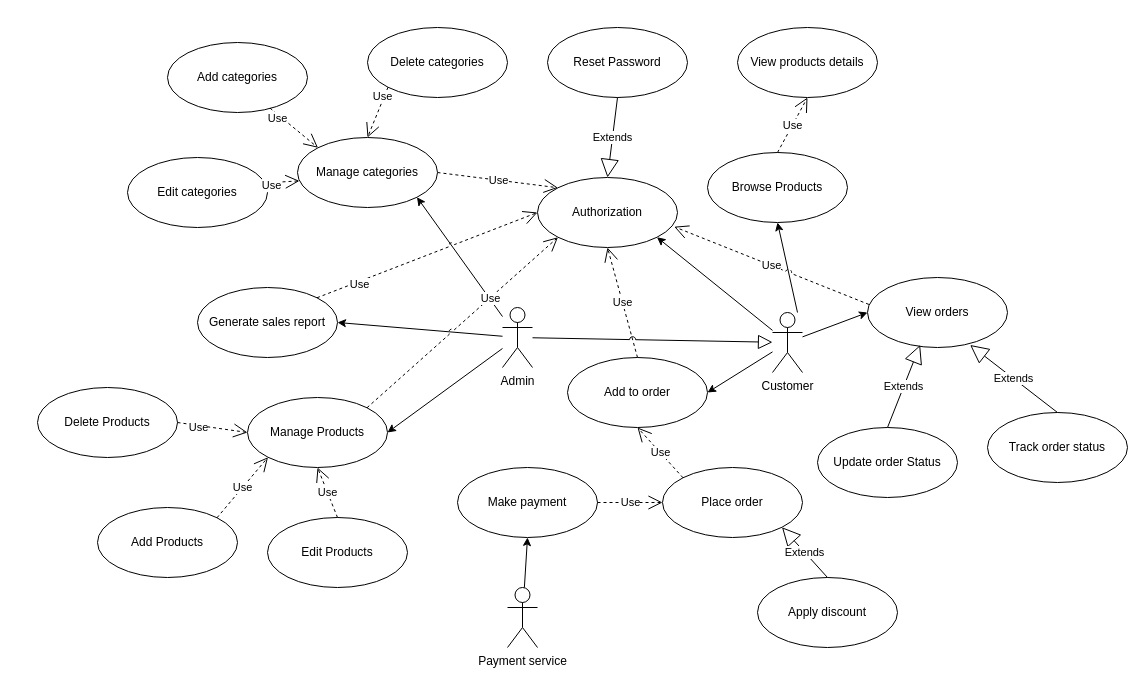
Before: lab2.drawio.xml in StenSOn27/lab2_kpi, a draw.io diagram. Source tidied: cells renumbered, new cells numbered last; positions are measured from the earlier drawing's top-left corner, leaving out a move shared by most shapes. Both pictures are drawn from the tidied source at 100%, with x=0, y=0 at pixel (17, 17).
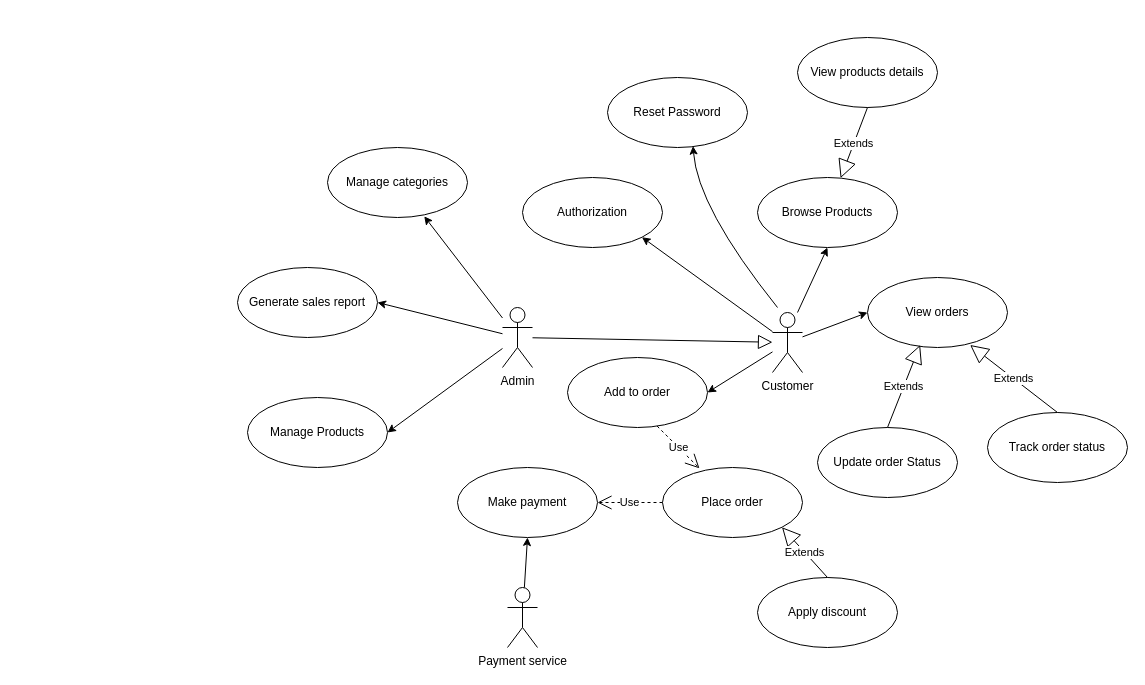
Above is the later version.

Unchanged cells that the change refers to:
```xml
<mxCell id="11" value="Add to order" style="ellipse;whiteSpace=wrap;html=1;" parent="1" vertex="1">
  <mxGeometry x="550" y="340" width="140" height="70" as="geometry" />
</mxCell>
<mxCell id="12" value="Place order" style="ellipse;whiteSpace=wrap;html=1;" parent="1" vertex="1">
  <mxGeometry x="645" y="450" width="140" height="70" as="geometry" />
</mxCell>
<mxCell id="13" value="Make payment" style="ellipse;whiteSpace=wrap;html=1;" parent="1" vertex="1">
  <mxGeometry x="440" y="450" width="140" height="70" as="geometry" />
</mxCell>
<mxCell id="19" value="View orders" style="ellipse;whiteSpace=wrap;html=1;" parent="1" vertex="1">
  <mxGeometry x="850" y="260" width="140" height="70" as="geometry" />
</mxCell>
<mxCell id="30" value="Admin" style="shape=umlActor;verticalLabelPosition=bottom;verticalAlign=top;html=1;" parent="1" vertex="1">
  <mxGeometry x="485" y="290" width="30" height="60" as="geometry" />
</mxCell>
<mxCell id="36" value="Manage Products" style="ellipse;whiteSpace=wrap;html=1;" parent="1" vertex="1">
  <mxGeometry x="230" y="380" width="140" height="70" as="geometry" />
</mxCell>
```

The edit, as a diff of the source:
```diff
@@
     <mxCell id="2" value="Browse Products" style="ellipse;whiteSpace=wrap;html=1;" parent="1" vertex="1">
-      <mxGeometry x="690" y="135" width="140" height="70" as="geometry" />
+      <mxGeometry x="740" y="160" width="140" height="70" as="geometry" />
     </mxCell>
     <mxCell id="3" value="&lt;div&gt;View products details&lt;/div&gt;" style="ellipse;whiteSpace=wrap;html=1;" parent="1" vertex="1">
-      <mxGeometry x="720" y="10" width="140" height="70" as="geometry" />
+      <mxGeometry x="780" y="20" width="140" height="70" as="geometry" />
     </mxCell>
-    <mxCell id="4" style="endArrow=classic;html=1;rounded=0;entryX=0.5;entryY=1;entryDx=0;entryDy=0;jumpStyle=arc;" parent="1" edge="1" target="2">
-      <mxGeometry relative="1" as="geometry">
-        <mxPoint x="780" y="295" as="sourcePoint" />
-      </mxGeometry>
-    </mxCell>
+    <mxCell id="55" style="endArrow=classic;html=1;rounded=0;entryX=0.5;entryY=1;entryDx=0;entryDy=0;jumpStyle=arc;" parent="1" edge="1" target="2">
+      <mxGeometry relative="1" as="geometry">
+        <mxPoint x="780" y="295" as="sourcePoint" />
+      </mxGeometry>
+    </mxCell>
     <mxCell id="5" value="Authorization" style="ellipse;whiteSpace=wrap;html=1;" parent="1" vertex="1">
-      <mxGeometry x="520" y="160" width="140" height="70" as="geometry" />
+      <mxGeometry x="505" y="160" width="140" height="70" as="geometry" />
     </mxCell>
@@
     <mxCell id="7" value="Reset Password" style="ellipse;whiteSpace=wrap;html=1;" parent="1" vertex="1">
-      <mxGeometry x="530" y="10" width="140" height="70" as="geometry" />
+      <mxGeometry x="590" y="60" width="140" height="70" as="geometry" />
     </mxCell>
@@
-    <mxCell id="22" value="Use" style="endArrow=open;endSize=12;dashed=1;html=1;rounded=0;entryX=0.5;entryY=1;entryDx=0;entryDy=0;exitX=0;exitY=0;exitDx=0;exitDy=0;" parent="1" edge="1" source="12" target="11">
-      <mxGeometry relative="1" as="geometry" />
-    </mxCell>
+    <mxCell id="56" value="Use" style="endArrow=open;endSize=12;dashed=1;html=1;rounded=0;exitX=0.64;exitY=0.98;exitDx=0;exitDy=0;exitPerimeter=0;entryX=0.264;entryY=0.012;entryDx=0;entryDy=0;entryPerimeter=0;" parent="1" edge="1" source="11" target="12">
+      <mxGeometry relative="1" as="geometry" />
+    </mxCell>
@@
-    <mxCell id="24" value="Use" style="endArrow=open;endSize=12;dashed=1;html=1;rounded=0;exitX=0.5;exitY=0;exitDx=0;exitDy=0;entryX=0.5;entryY=1;entryDx=0;entryDy=0;jumpStyle=arc;" parent="1" edge="1" source="2" target="3">
-      <mxGeometry relative="1" as="geometry" />
-    </mxCell>
-    <mxCell id="25" value="Extends" style="endArrow=block;endSize=16;endFill=0;html=1;rounded=0;entryX=0.5;entryY=0;entryDx=0;entryDy=0;exitX=0.5;exitY=1;exitDx=0;exitDy=0;" parent="1" edge="1" source="7" target="5">
-      <mxGeometry relative="1" as="geometry" />
-    </mxCell>
-    <mxCell id="26" value="Use" style="endArrow=open;endSize=12;dashed=1;html=1;rounded=0;exitX=1;exitY=0.5;exitDx=0;exitDy=0;entryX=0;entryY=0.5;entryDx=0;entryDy=0;" parent="1" edge="1" source="13" target="12">
-      <mxGeometry relative="1" as="geometry" />
-    </mxCell>
+    <mxCell id="57" value="Use" style="endArrow=open;endSize=12;dashed=1;html=1;rounded=0;entryX=1;entryY=0.5;entryDx=0;entryDy=0;exitX=0;exitY=0.5;exitDx=0;exitDy=0;" parent="1" edge="1" source="12" target="13">
+      <mxGeometry relative="1" as="geometry" />
+    </mxCell>
@@
-    <mxCell id="29" value="Use" style="endArrow=open;endSize=12;dashed=1;html=1;rounded=0;entryX=0.5;entryY=1;entryDx=0;entryDy=0;exitX=0.5;exitY=0;exitDx=0;exitDy=0;" parent="1" edge="1" source="11" target="5">
-      <mxGeometry relative="1" as="geometry" />
-    </mxCell>
@@
-    <mxCell id="32" value="Use" style="endArrow=open;endSize=12;dashed=1;html=1;rounded=0;exitX=0.01;exitY=0.385;exitDx=0;exitDy=0;entryX=0.976;entryY=0.703;entryDx=0;entryDy=0;jumpStyle=arc;exitPerimeter=0;entryPerimeter=0;" parent="1" edge="1" source="19" target="5">
-      <mxGeometry relative="1" as="geometry" />
-    </mxCell>
-    <mxCell id="33" value="Use" style="endArrow=open;endSize=12;dashed=1;html=1;rounded=0;exitX=1;exitY=0.5;exitDx=0;exitDy=0;entryX=0;entryY=0;entryDx=0;entryDy=0;jumpStyle=arc;" parent="1" edge="1" source="48" target="5">
-      <mxGeometry relative="1" as="geometry" />
-    </mxCell>
-    <mxCell id="34" style="endArrow=classic;html=1;rounded=0;entryX=1;entryY=1;entryDx=0;entryDy=0;" parent="1" edge="1" source="30" target="48">
+    <mxCell id="34" style="endArrow=classic;html=1;rounded=0;entryX=0.691;entryY=0.983;entryDx=0;entryDy=0;entryPerimeter=0;" parent="1" edge="1" source="30" target="48">
       <mxGeometry relative="1" as="geometry" />
     </mxCell>
     <mxCell id="35" value="Generate sales report" style="ellipse;whiteSpace=wrap;html=1;" parent="1" vertex="1">
-      <mxGeometry x="180" y="270" width="140" height="70" as="geometry" />
+      <mxGeometry x="220" y="250" width="140" height="70" as="geometry" />
     </mxCell>
@@
-    <mxCell id="39" value="Use" style="endArrow=open;endSize=12;dashed=1;html=1;rounded=0;entryX=0;entryY=0.5;entryDx=0;entryDy=0;jumpStyle=arc;exitX=1;exitY=0;exitDx=0;exitDy=0;" parent="1" edge="1" source="35" target="5">
-      <mxGeometry x="-0.62" y="-2" relative="1" as="geometry">
-        <mxPoint y="1" as="offset" />
-      </mxGeometry>
-    </mxCell>
-    <mxCell id="40" value="Use" style="endArrow=open;endSize=12;dashed=1;html=1;rounded=0;exitX=1;exitY=0;exitDx=0;exitDy=0;entryX=0;entryY=1;entryDx=0;entryDy=0;jumpStyle=arc;" parent="1" edge="1" source="36" target="5">
-      <mxGeometry x="0.29" y="-1" relative="1" as="geometry" />
-    </mxCell>
-    <mxCell id="41" value="Add&amp;nbsp;Products" style="ellipse;whiteSpace=wrap;html=1;" parent="1" vertex="1">
-      <mxGeometry x="80" y="490" width="140" height="70" as="geometry" />
-    </mxCell>
-    <mxCell id="42" value="Use" style="endArrow=open;endSize=12;dashed=1;html=1;rounded=0;entryX=0;entryY=1;entryDx=0;entryDy=0;jumpStyle=arc;exitX=1;exitY=0;exitDx=0;exitDy=0;" parent="1" edge="1" source="41" target="36">
-      <mxGeometry relative="1" as="geometry" />
-    </mxCell>
-    <mxCell id="43" value="Edit&amp;nbsp;Products" style="ellipse;whiteSpace=wrap;html=1;" parent="1" vertex="1">
-      <mxGeometry x="250" y="500" width="140" height="70" as="geometry" />
-    </mxCell>
-    <mxCell id="44" value="Use" style="endArrow=open;endSize=12;dashed=1;html=1;rounded=0;jumpStyle=arc;exitX=0.5;exitY=0;exitDx=0;exitDy=0;entryX=0.5;entryY=1;entryDx=0;entryDy=0;" parent="1" edge="1" source="43" target="36">
-      <mxGeometry relative="1" as="geometry" />
-    </mxCell>
-    <mxCell id="45" value="Delete&amp;nbsp;Products" style="ellipse;whiteSpace=wrap;html=1;" parent="1" vertex="1">
-      <mxGeometry x="20" y="370" width="140" height="70" as="geometry" />
-    </mxCell>
-    <mxCell id="46" value="Use" style="endArrow=open;endSize=12;dashed=1;html=1;rounded=0;entryX=0;entryY=0.5;entryDx=0;entryDy=0;jumpStyle=arc;exitX=1;exitY=0.5;exitDx=0;exitDy=0;" parent="1" edge="1" source="45" target="36">
-      <mxGeometry x="-0.42" y="-2" relative="1" as="geometry" />
-    </mxCell>
@@
     <mxCell id="48" value="Manage&amp;nbsp;categories" style="ellipse;whiteSpace=wrap;html=1;" parent="1" vertex="1">
-      <mxGeometry x="280" y="120" width="140" height="70" as="geometry" />
+      <mxGeometry x="310" y="130" width="140" height="70" as="geometry" />
     </mxCell>
-    <mxCell id="49" value="Add&amp;nbsp;categories" style="ellipse;whiteSpace=wrap;html=1;" parent="1" vertex="1">
-      <mxGeometry x="150" y="25" width="140" height="70" as="geometry" />
-    </mxCell>
-    <mxCell id="50" value="Use" style="endArrow=open;endSize=12;dashed=1;html=1;rounded=0;entryX=0;entryY=0;entryDx=0;entryDy=0;jumpStyle=arc;exitX=0.732;exitY=0.937;exitDx=0;exitDy=0;exitPerimeter=0;" parent="1" edge="1" source="49" target="48">
-      <mxGeometry x="-0.62" y="-2" relative="1" as="geometry">
-        <mxPoint y="1" as="offset" />
-      </mxGeometry>
-    </mxCell>
-    <mxCell id="51" value="Edit&amp;nbsp;categories" style="ellipse;whiteSpace=wrap;html=1;" parent="1" vertex="1">
-      <mxGeometry x="110" y="140" width="140" height="70" as="geometry" />
-    </mxCell>
-    <mxCell id="52" value="Use" style="endArrow=open;endSize=12;dashed=1;html=1;rounded=0;jumpStyle=arc;exitX=0.979;exitY=0.363;exitDx=0;exitDy=0;entryX=0.014;entryY=0.62;entryDx=0;entryDy=0;exitPerimeter=0;entryPerimeter=0;" parent="1" edge="1" source="51" target="48">
-      <mxGeometry x="-0.62" y="-2" relative="1" as="geometry">
-        <mxPoint y="1" as="offset" />
-      </mxGeometry>
-    </mxCell>
-    <mxCell id="53" value="Delete&amp;nbsp;categories" style="ellipse;whiteSpace=wrap;html=1;" parent="1" vertex="1">
-      <mxGeometry x="350" y="10" width="140" height="70" as="geometry" />
-    </mxCell>
-    <mxCell id="54" value="Use" style="endArrow=open;endSize=12;dashed=1;html=1;rounded=0;entryX=0.5;entryY=0;entryDx=0;entryDy=0;jumpStyle=arc;exitX=0;exitY=1;exitDx=0;exitDy=0;" parent="1" edge="1" source="53" target="48">
-      <mxGeometry x="-0.62" y="-2" relative="1" as="geometry">
-        <mxPoint y="1" as="offset" />
-      </mxGeometry>
-    </mxCell>
+    <mxCell id="25" value="Extends" style="endArrow=block;endSize=16;endFill=0;html=1;rounded=0;exitX=0.5;exitY=1;exitDx=0;exitDy=0;" parent="1" edge="1" source="3" target="2">
+      <mxGeometry relative="1" as="geometry" />
+    </mxCell>
+    <mxCell id="58" style="endArrow=classic;html=1;rounded=0;entryX=0.611;entryY=0.98;entryDx=0;entryDy=0;entryPerimeter=0;curved=1;" parent="1" edge="1" target="7">
+      <mxGeometry relative="1" as="geometry">
+        <mxPoint x="760" y="290" as="sourcePoint" />
+        <Array as="points">
+          <mxPoint x="680" y="190" />
+        </Array>
+      </mxGeometry>
+    </mxCell>
```
